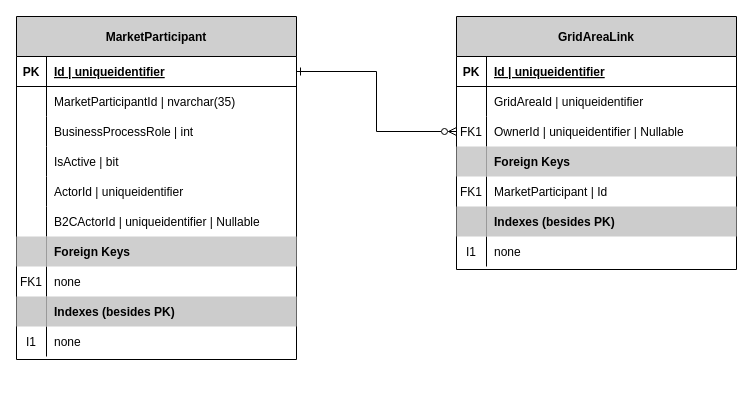
Before: docs/data-models/MarketParticipant_GridAreaLink_DataModel.drawio in Energinet-DataHub/ARCHIVED-geh-charges, a draw.io diagram. Source tidied: cells renumbered, new cells numbered last; positions are measured from the earlier drawing's top-left corner, leaving out a move shared by most shapes. Both pictures are drawn from the tidied source at 100%, with x=0, y=0 at pixel (16, 16).
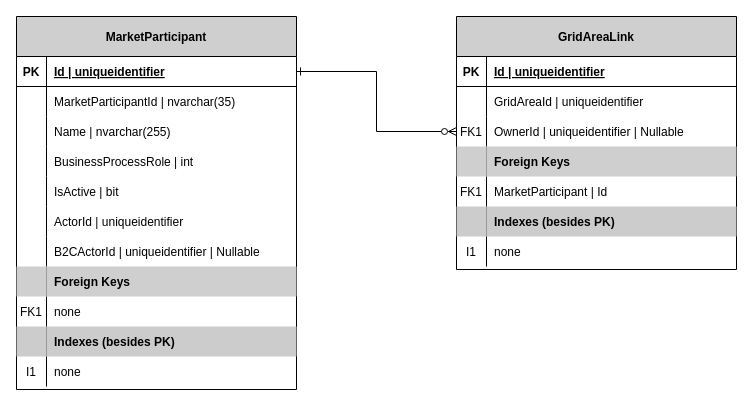
After the change.

Commit message (it also covers changes not shown here):
Name added to Market Participant data model documentation

What changed in the source:
```diff
@@
     <mxCell id="24" value="MarketParticipant" style="shape=table;startSize=40;childLayout=tableLayout;rowLines=0;fontStyle=1;align=center;fillColor=#CFCFCF;" parent="1" vertex="1">
-      <mxGeometry width="280" height="343" as="geometry" />
+      <mxGeometry width="280" height="373" as="geometry" />
     </mxCell>
@@
+    <mxCell id="56" style="shape=partialRectangle;fillColor=none;top=0;left=0;bottom=0;right=0;" parent="24" vertex="1">
+      <mxGeometry y="100" width="280" height="30" as="geometry" />
+    </mxCell>
+    <mxCell id="57" style="shape=partialRectangle;fillColor=none;top=0;left=0;bottom=0;right=0;overflow=hidden;" parent="56" vertex="1">
+      <mxGeometry width="30" height="30" as="geometry" />
+    </mxCell>
+    <mxCell id="58" value="Name | nvarchar(255)" style="shape=partialRectangle;fillColor=none;top=0;left=0;bottom=0;right=0;align=left;spacingLeft=6;overflow=hidden;" parent="56" vertex="1">
+      <mxGeometry x="30" width="250" height="30" as="geometry" />
+    </mxCell>
     <mxCell id="31" style="shape=partialRectangle;fillColor=none;top=0;left=0;bottom=0;right=0;" parent="24" vertex="1">
-      <mxGeometry y="100" width="280" height="30" as="geometry" />
+      <mxGeometry y="130" width="280" height="30" as="geometry" />
     </mxCell>
@@
     <mxCell id="34" style="shape=partialRectangle;fillColor=none;top=0;left=0;bottom=0;right=0;" parent="24" vertex="1">
-      <mxGeometry y="130" width="280" height="30" as="geometry" />
+      <mxGeometry y="160" width="280" height="30" as="geometry" />
     </mxCell>
@@
     <mxCell id="37" style="shape=partialRectangle;fillColor=none;top=0;left=0;bottom=0;right=0;" parent="24" vertex="1">
-      <mxGeometry y="160" width="280" height="30" as="geometry" />
+      <mxGeometry y="190" width="280" height="30" as="geometry" />
     </mxCell>
@@
     <mxCell id="40" style="shape=partialRectangle;fillColor=none;top=0;left=0;bottom=0;right=0;" parent="24" vertex="1">
-      <mxGeometry y="190" width="280" height="30" as="geometry" />
+      <mxGeometry y="220" width="280" height="30" as="geometry" />
     </mxCell>
@@
     <mxCell id="43" style="shape=partialRectangle;fillColor=none;top=0;left=0;bottom=0;right=0;" parent="24" vertex="1">
-      <mxGeometry y="220" width="280" height="30" as="geometry" />
+      <mxGeometry y="250" width="280" height="30" as="geometry" />
     </mxCell>
@@
     <mxCell id="46" style="shape=partialRectangle;fillColor=none;top=0;left=0;bottom=0;right=0;" parent="24" vertex="1">
-      <mxGeometry y="250" width="280" height="30" as="geometry" />
+      <mxGeometry y="280" width="280" height="30" as="geometry" />
     </mxCell>
@@
     <mxCell id="49" style="shape=partialRectangle;top=0;left=0;bottom=0;right=0;strokeColor=#d6b656;fillColor=none;" parent="24" vertex="1">
-      <mxGeometry y="280" width="280" height="30" as="geometry" />
+      <mxGeometry y="310" width="280" height="30" as="geometry" />
     </mxCell>
@@
     <mxCell id="52" style="shape=partialRectangle;fillColor=none;top=0;left=0;bottom=0;right=0;" parent="24" vertex="1">
-      <mxGeometry y="310" width="280" height="30" as="geometry" />
+      <mxGeometry y="340" width="280" height="30" as="geometry" />
     </mxCell>
```
